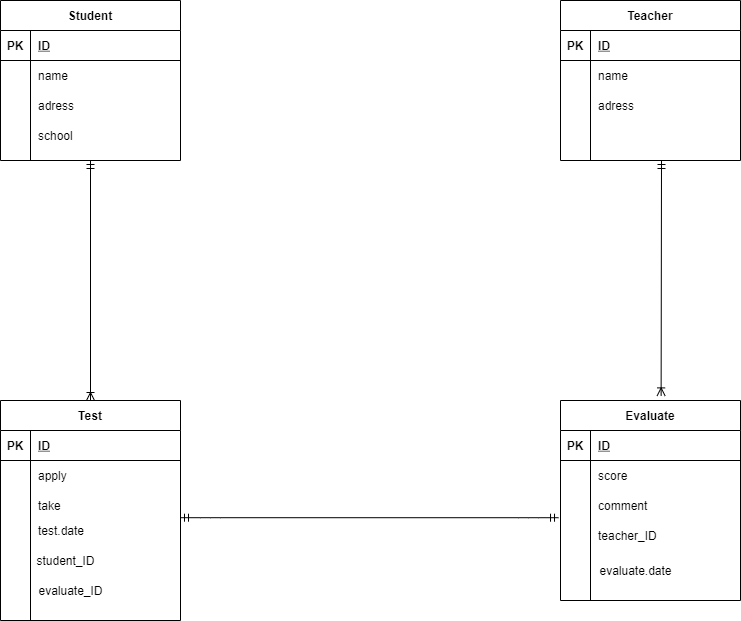
Earlier version of the draw.io export DIAGRAMS.NET/index.drawio.png (yamajun874/ER-Graph-Task). Source tidied: cells renumbered, new cells last; positions are measured from the earlier drawing's top-left corner, leaving out a move shared by most shapes. Source of this version:
```xml
<mxGraphModel>
  <root>
    <mxCell id="0" />
    <mxCell id="1" parent="0" />
    <mxCell id="2" value="Student" style="shape=table;startSize=30;rowLines=0;fontStyle=1;align=center;" parent="1" vertex="1">
      <mxGeometry width="180" height="160" as="geometry" />
    </mxCell>
    <mxCell id="3" style="shape=partialRectangle;fillColor=none;top=0;left=0;bottom=1;right=0;" parent="2" vertex="1">
      <mxGeometry y="30" width="180" height="30" as="geometry" />
    </mxCell>
    <mxCell id="4" value="PK" style="shape=partialRectangle;fillColor=none;top=0;left=0;bottom=0;right=0;fontStyle=1;overflow=hidden;" parent="3" vertex="1">
      <mxGeometry width="30" height="30" as="geometry" />
    </mxCell>
    <mxCell id="5" value="ID" style="shape=partialRectangle;fillColor=none;top=0;left=0;bottom=0;right=0;align=left;spacingLeft=6;fontStyle=5;overflow=hidden;" parent="3" vertex="1">
      <mxGeometry x="30" width="150" height="30" as="geometry" />
    </mxCell>
    <mxCell id="6" style="shape=partialRectangle;fillColor=none;top=0;left=0;bottom=0;right=0;" parent="2" vertex="1">
      <mxGeometry y="60" width="180" height="30" as="geometry" />
    </mxCell>
    <mxCell id="7" style="shape=partialRectangle;fillColor=none;top=0;left=0;bottom=0;right=0;overflow=hidden;" parent="6" vertex="1">
      <mxGeometry width="30" height="30" as="geometry" />
    </mxCell>
    <mxCell id="8" value="name" style="shape=partialRectangle;fillColor=none;top=0;left=0;bottom=0;right=0;align=left;spacingLeft=6;overflow=hidden;" parent="6" vertex="1">
      <mxGeometry x="30" width="150" height="30" as="geometry" />
    </mxCell>
    <mxCell id="9" style="shape=partialRectangle;fillColor=none;top=0;left=0;bottom=0;right=0;" parent="2" vertex="1">
      <mxGeometry y="90" width="180" height="30" as="geometry" />
    </mxCell>
    <mxCell id="10" style="shape=partialRectangle;fillColor=none;top=0;left=0;bottom=0;right=0;overflow=hidden;" parent="9" vertex="1">
      <mxGeometry width="30" height="30" as="geometry" />
    </mxCell>
    <mxCell id="11" value="adress" style="shape=partialRectangle;fillColor=none;top=0;left=0;bottom=0;right=0;align=left;spacingLeft=6;overflow=hidden;" parent="9" vertex="1">
      <mxGeometry x="30" width="150" height="30" as="geometry" />
    </mxCell>
    <mxCell id="12" style="shape=partialRectangle;fillColor=none;top=0;left=0;bottom=0;right=0;" parent="2" vertex="1">
      <mxGeometry y="120" width="180" height="30" as="geometry" />
    </mxCell>
    <mxCell id="13" style="shape=partialRectangle;fillColor=none;top=0;left=0;bottom=0;right=0;overflow=hidden;" parent="12" vertex="1">
      <mxGeometry width="30" height="30" as="geometry" />
    </mxCell>
    <mxCell id="14" value="school" style="shape=partialRectangle;fillColor=none;top=0;left=0;bottom=0;right=0;align=left;spacingLeft=6;overflow=hidden;" parent="12" vertex="1">
      <mxGeometry x="30" width="150" height="30" as="geometry" />
    </mxCell>
    <mxCell id="15" value="Teacher" style="shape=table;startSize=30;rowLines=0;fontStyle=1;align=center;" parent="1" vertex="1">
      <mxGeometry x="560" width="180" height="160" as="geometry" />
    </mxCell>
    <mxCell id="16" style="shape=partialRectangle;fillColor=none;top=0;left=0;bottom=1;right=0;" parent="15" vertex="1">
      <mxGeometry y="30" width="180" height="30" as="geometry" />
    </mxCell>
    <mxCell id="17" value="PK" style="shape=partialRectangle;fillColor=none;top=0;left=0;bottom=0;right=0;fontStyle=1;overflow=hidden;" parent="16" vertex="1">
      <mxGeometry width="30" height="30" as="geometry" />
    </mxCell>
    <mxCell id="18" value="ID" style="shape=partialRectangle;fillColor=none;top=0;left=0;bottom=0;right=0;align=left;spacingLeft=6;fontStyle=5;overflow=hidden;" parent="16" vertex="1">
      <mxGeometry x="30" width="150" height="30" as="geometry" />
    </mxCell>
    <mxCell id="19" style="shape=partialRectangle;fillColor=none;top=0;left=0;bottom=0;right=0;" parent="15" vertex="1">
      <mxGeometry y="60" width="180" height="30" as="geometry" />
    </mxCell>
    <mxCell id="20" style="shape=partialRectangle;fillColor=none;top=0;left=0;bottom=0;right=0;overflow=hidden;" parent="19" vertex="1">
      <mxGeometry width="30" height="30" as="geometry" />
    </mxCell>
    <mxCell id="21" value="name" style="shape=partialRectangle;fillColor=none;top=0;left=0;bottom=0;right=0;align=left;spacingLeft=6;overflow=hidden;" parent="19" vertex="1">
      <mxGeometry x="30" width="150" height="30" as="geometry" />
    </mxCell>
    <mxCell id="22" style="shape=partialRectangle;fillColor=none;top=0;left=0;bottom=0;right=0;" parent="15" vertex="1">
      <mxGeometry y="90" width="180" height="30" as="geometry" />
    </mxCell>
    <mxCell id="23" style="shape=partialRectangle;fillColor=none;top=0;left=0;bottom=0;right=0;overflow=hidden;" parent="22" vertex="1">
      <mxGeometry width="30" height="30" as="geometry" />
    </mxCell>
    <mxCell id="24" value="adress" style="shape=partialRectangle;fillColor=none;top=0;left=0;bottom=0;right=0;align=left;spacingLeft=6;overflow=hidden;" parent="22" vertex="1">
      <mxGeometry x="30" width="150" height="30" as="geometry" />
    </mxCell>
    <mxCell id="25" style="shape=partialRectangle;fillColor=none;top=0;left=0;bottom=0;right=0;" parent="15" vertex="1">
      <mxGeometry y="120" width="180" height="30" as="geometry" />
    </mxCell>
    <mxCell id="26" style="shape=partialRectangle;fillColor=none;top=0;left=0;bottom=0;right=0;overflow=hidden;" parent="25" vertex="1">
      <mxGeometry width="30" height="30" as="geometry" />
    </mxCell>
    <mxCell id="27" style="shape=partialRectangle;fillColor=none;top=0;left=0;bottom=0;right=0;align=left;spacingLeft=6;overflow=hidden;" parent="25" vertex="1">
      <mxGeometry x="30" width="150" height="30" as="geometry" />
    </mxCell>
    <mxCell id="28" value="Test" style="shape=table;startSize=30;rowLines=0;fontStyle=1;align=center;" parent="1" vertex="1">
      <mxGeometry y="400" width="180" height="220" as="geometry" />
    </mxCell>
    <mxCell id="29" style="shape=partialRectangle;fillColor=none;top=0;left=0;bottom=1;right=0;" parent="28" vertex="1">
      <mxGeometry y="30" width="180" height="30" as="geometry" />
    </mxCell>
    <mxCell id="30" value="PK" style="shape=partialRectangle;fillColor=none;top=0;left=0;bottom=0;right=0;fontStyle=1;overflow=hidden;" parent="29" vertex="1">
      <mxGeometry width="30" height="30" as="geometry" />
    </mxCell>
    <mxCell id="31" value="ID" style="shape=partialRectangle;fillColor=none;top=0;left=0;bottom=0;right=0;align=left;spacingLeft=6;fontStyle=5;overflow=hidden;" parent="29" vertex="1">
      <mxGeometry x="30" width="150" height="30" as="geometry" />
    </mxCell>
    <mxCell id="32" style="shape=partialRectangle;fillColor=none;top=0;left=0;bottom=0;right=0;" parent="28" vertex="1">
      <mxGeometry y="60" width="180" height="30" as="geometry" />
    </mxCell>
    <mxCell id="33" style="shape=partialRectangle;fillColor=none;top=0;left=0;bottom=0;right=0;overflow=hidden;" parent="32" vertex="1">
      <mxGeometry width="30" height="30" as="geometry" />
    </mxCell>
    <mxCell id="34" value="apply" style="shape=partialRectangle;fillColor=none;top=0;left=0;bottom=0;right=0;align=left;spacingLeft=6;overflow=hidden;" parent="32" vertex="1">
      <mxGeometry x="30" width="150" height="30" as="geometry" />
    </mxCell>
    <mxCell id="35" style="shape=partialRectangle;fillColor=none;top=0;left=0;bottom=0;right=0;" parent="28" vertex="1">
      <mxGeometry y="90" width="180" height="30" as="geometry" />
    </mxCell>
    <mxCell id="36" style="shape=partialRectangle;fillColor=none;top=0;left=0;bottom=0;right=0;overflow=hidden;" parent="35" vertex="1">
      <mxGeometry width="30" height="30" as="geometry" />
    </mxCell>
    <mxCell id="37" value="take" style="shape=partialRectangle;fillColor=none;top=0;left=0;bottom=0;right=0;align=left;spacingLeft=6;overflow=hidden;" parent="35" vertex="1">
      <mxGeometry x="30" width="150" height="30" as="geometry" />
    </mxCell>
    <mxCell id="38" style="shape=partialRectangle;fillColor=none;top=0;left=0;bottom=0;right=0;points=[[0,0.5],[1,0.5]];portConstraint=eastwest;" parent="28" vertex="1">
      <mxGeometry y="120" width="180" height="20" as="geometry" />
    </mxCell>
    <mxCell id="39" style="shape=partialRectangle;fillColor=none;top=0;left=0;bottom=0;right=0;overflow=hidden;" parent="38" vertex="1">
      <mxGeometry width="30" height="20" as="geometry" />
    </mxCell>
    <mxCell id="40" value="test.date" style="shape=partialRectangle;fillColor=none;top=0;left=0;bottom=0;right=0;align=left;spacingLeft=6;overflow=hidden;" parent="38" vertex="1">
      <mxGeometry x="30" width="150" height="20" as="geometry" />
    </mxCell>
    <mxCell id="41" value="Evaluate" style="shape=table;startSize=30;rowLines=0;fontStyle=1;align=center;" parent="1" vertex="1">
      <mxGeometry x="560" y="400" width="180" height="200" as="geometry" />
    </mxCell>
    <mxCell id="42" style="shape=partialRectangle;fillColor=none;top=0;left=0;bottom=1;right=0;" parent="41" vertex="1">
      <mxGeometry y="30" width="180" height="30" as="geometry" />
    </mxCell>
    <mxCell id="43" value="PK" style="shape=partialRectangle;fillColor=none;top=0;left=0;bottom=0;right=0;fontStyle=1;overflow=hidden;" parent="42" vertex="1">
      <mxGeometry width="30" height="30" as="geometry" />
    </mxCell>
    <mxCell id="44" value="ID" style="shape=partialRectangle;fillColor=none;top=0;left=0;bottom=0;right=0;align=left;spacingLeft=6;fontStyle=5;overflow=hidden;" parent="42" vertex="1">
      <mxGeometry x="30" width="150" height="30" as="geometry" />
    </mxCell>
    <mxCell id="45" style="shape=partialRectangle;fillColor=none;top=0;left=0;bottom=0;right=0;" parent="41" vertex="1">
      <mxGeometry y="60" width="180" height="30" as="geometry" />
    </mxCell>
    <mxCell id="46" style="shape=partialRectangle;fillColor=none;top=0;left=0;bottom=0;right=0;overflow=hidden;" parent="45" vertex="1">
      <mxGeometry width="30" height="30" as="geometry" />
    </mxCell>
    <mxCell id="47" value="score" style="shape=partialRectangle;fillColor=none;top=0;left=0;bottom=0;right=0;align=left;spacingLeft=6;overflow=hidden;" parent="45" vertex="1">
      <mxGeometry x="30" width="150" height="30" as="geometry" />
    </mxCell>
    <mxCell id="48" style="shape=partialRectangle;fillColor=none;top=0;left=0;bottom=0;right=0;" parent="41" vertex="1">
      <mxGeometry y="90" width="180" height="30" as="geometry" />
    </mxCell>
    <mxCell id="49" style="shape=partialRectangle;fillColor=none;top=0;left=0;bottom=0;right=0;overflow=hidden;" parent="48" vertex="1">
      <mxGeometry width="30" height="30" as="geometry" />
    </mxCell>
    <mxCell id="50" value="comment" style="shape=partialRectangle;fillColor=none;top=0;left=0;bottom=0;right=0;align=left;spacingLeft=6;overflow=hidden;" parent="48" vertex="1">
      <mxGeometry x="30" width="150" height="30" as="geometry" />
    </mxCell>
    <mxCell id="51" style="shape=partialRectangle;fillColor=none;top=0;left=0;bottom=0;right=0;points=[[0,0.5],[1,0.5]];portConstraint=eastwest;" parent="41" vertex="1">
      <mxGeometry y="120" width="180" height="30" as="geometry" />
    </mxCell>
    <mxCell id="52" style="shape=partialRectangle;fillColor=none;top=0;left=0;bottom=0;right=0;overflow=hidden;" parent="51" vertex="1">
      <mxGeometry width="30" height="30" as="geometry" />
    </mxCell>
    <mxCell id="53" value="teacher_ID" style="shape=partialRectangle;fillColor=none;top=0;left=0;bottom=0;right=0;align=left;spacingLeft=6;overflow=hidden;" parent="51" vertex="1">
      <mxGeometry x="30" width="150" height="30" as="geometry" />
    </mxCell>
    <mxCell id="54" value="evaluate.date&lt;br&gt;" style="text;html=1;align=center;verticalAlign=middle;strokeColor=none;" parent="1" vertex="1">
      <mxGeometry x="590" y="560" width="90" height="20" as="geometry" />
    </mxCell>
    <mxCell id="55" value="student_ID" style="text;html=1;align=center;verticalAlign=middle;strokeColor=none;" parent="1" vertex="1">
      <mxGeometry x="30" y="550" width="70" height="20" as="geometry" />
    </mxCell>
    <mxCell id="56" value="evaluate_ID" style="text;html=1;align=center;verticalAlign=middle;strokeColor=none;" parent="1" vertex="1">
      <mxGeometry x="30" y="580" width="80" height="20" as="geometry" />
    </mxCell>
    <mxCell id="57" style="edgeStyle=entityRelationEdgeStyle;fontSize=12;html=1;endArrow=ERmandOne;startArrow=ERmandOne;exitX=1;exitY=-0.14;exitDx=0;exitDy=0;exitPerimeter=0;entryX=-0.011;entryY=-0.093;entryDx=0;entryDy=0;entryPerimeter=0;" parent="1" edge="1" source="38" target="51">
      <mxGeometry relative="1" as="geometry" />
    </mxCell>
    <mxCell id="58" style="fontSize=12;html=1;endArrow=ERoneToMany;startArrow=ERmandOne;entryX=0.559;entryY=-0.023;entryDx=0;entryDy=0;entryPerimeter=0;" parent="1" edge="1" target="41">
      <mxGeometry relative="1" as="geometry">
        <mxPoint x="661" y="160" as="sourcePoint" />
      </mxGeometry>
    </mxCell>
    <mxCell id="59" style="fontSize=12;html=1;endArrow=ERoneToMany;startArrow=ERmandOne;entryX=0.5;entryY=0;entryDx=0;entryDy=0;exitX=0.5;exitY=1;exitDx=0;exitDy=0;" parent="1" edge="1" source="2" target="28">
      <mxGeometry relative="1" as="geometry" />
    </mxCell>
  </root>
</mxGraphModel>
```
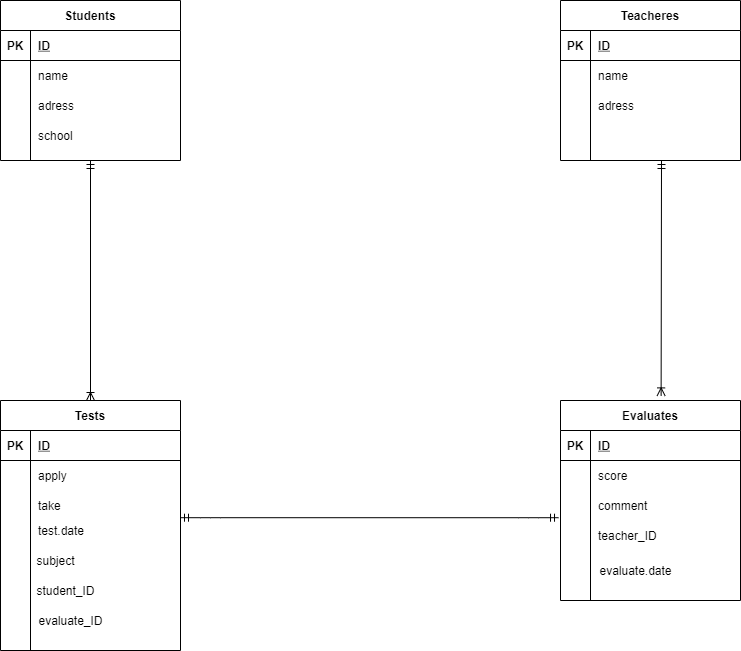
Later version of the same file.

Commit message:
second-sommit

The edit, as a diff of the source:
```diff
@@ -2,7 +2,7 @@
   <root>
     <mxCell id="0" />
     <mxCell id="1" parent="0" />
-    <mxCell id="2" value="Student" style="shape=table;startSize=30;rowLines=0;fontStyle=1;align=center;" parent="1" vertex="1">
+    <mxCell id="2" value="Students" style="shape=table;startSize=30;rowLines=0;fontStyle=1;align=center;" parent="1" vertex="1">
       <mxGeometry width="180" height="160" as="geometry" />
     </mxCell>
     <mxCell id="3" style="shape=partialRectangle;fillColor=none;top=0;left=0;bottom=1;right=0;" parent="2" vertex="1">
@@ -41,7 +41,7 @@
     <mxCell id="14" value="school" style="shape=partialRectangle;fillColor=none;top=0;left=0;bottom=0;right=0;align=left;spacingLeft=6;overflow=hidden;" parent="12" vertex="1">
       <mxGeometry x="30" width="150" height="30" as="geometry" />
     </mxCell>
-    <mxCell id="15" value="Teacher" style="shape=table;startSize=30;rowLines=0;fontStyle=1;align=center;" parent="1" vertex="1">
+    <mxCell id="15" value="Teacheres" style="shape=table;startSize=30;rowLines=0;fontStyle=1;align=center;" parent="1" vertex="1">
       <mxGeometry x="560" width="180" height="160" as="geometry" />
     </mxCell>
     <mxCell id="16" style="shape=partialRectangle;fillColor=none;top=0;left=0;bottom=1;right=0;" parent="15" vertex="1">
@@ -80,8 +80,8 @@
     <mxCell id="27" style="shape=partialRectangle;fillColor=none;top=0;left=0;bottom=0;right=0;align=left;spacingLeft=6;overflow=hidden;" parent="25" vertex="1">
       <mxGeometry x="30" width="150" height="30" as="geometry" />
     </mxCell>
-    <mxCell id="28" value="Test" style="shape=table;startSize=30;rowLines=0;fontStyle=1;align=center;" parent="1" vertex="1">
-      <mxGeometry y="400" width="180" height="220" as="geometry" />
+    <mxCell id="28" value="Tests" style="shape=table;startSize=30;rowLines=0;fontStyle=1;align=center;" parent="1" vertex="1">
+      <mxGeometry y="400" width="180" height="250" as="geometry" />
     </mxCell>
     <mxCell id="29" style="shape=partialRectangle;fillColor=none;top=0;left=0;bottom=1;right=0;" parent="28" vertex="1">
       <mxGeometry y="30" width="180" height="30" as="geometry" />
@@ -119,7 +119,7 @@
     <mxCell id="40" value="test.date" style="shape=partialRectangle;fillColor=none;top=0;left=0;bottom=0;right=0;align=left;spacingLeft=6;overflow=hidden;" parent="38" vertex="1">
       <mxGeometry x="30" width="150" height="20" as="geometry" />
     </mxCell>
-    <mxCell id="41" value="Evaluate" style="shape=table;startSize=30;rowLines=0;fontStyle=1;align=center;" parent="1" vertex="1">
+    <mxCell id="41" value="Evaluates" style="shape=table;startSize=30;rowLines=0;fontStyle=1;align=center;" parent="1" vertex="1">
       <mxGeometry x="560" y="400" width="180" height="200" as="geometry" />
     </mxCell>
     <mxCell id="42" style="shape=partialRectangle;fillColor=none;top=0;left=0;bottom=1;right=0;" parent="41" vertex="1">
@@ -162,10 +162,10 @@
       <mxGeometry x="590" y="560" width="90" height="20" as="geometry" />
     </mxCell>
     <mxCell id="55" value="student_ID" style="text;html=1;align=center;verticalAlign=middle;strokeColor=none;" parent="1" vertex="1">
-      <mxGeometry x="30" y="550" width="70" height="20" as="geometry" />
+      <mxGeometry x="30" y="580" width="70" height="20" as="geometry" />
     </mxCell>
     <mxCell id="56" value="evaluate_ID" style="text;html=1;align=center;verticalAlign=middle;strokeColor=none;" parent="1" vertex="1">
-      <mxGeometry x="30" y="580" width="80" height="20" as="geometry" />
+      <mxGeometry x="30" y="610" width="80" height="20" as="geometry" />
     </mxCell>
     <mxCell id="57" style="edgeStyle=entityRelationEdgeStyle;fontSize=12;html=1;endArrow=ERmandOne;startArrow=ERmandOne;exitX=1;exitY=-0.14;exitDx=0;exitDy=0;exitPerimeter=0;entryX=-0.011;entryY=-0.093;entryDx=0;entryDy=0;entryPerimeter=0;" parent="1" edge="1" source="38" target="51">
       <mxGeometry relative="1" as="geometry" />
@@ -178,5 +178,8 @@
     <mxCell id="59" style="fontSize=12;html=1;endArrow=ERoneToMany;startArrow=ERmandOne;entryX=0.5;entryY=0;entryDx=0;entryDy=0;exitX=0.5;exitY=1;exitDx=0;exitDy=0;" parent="1" edge="1" source="2" target="28">
       <mxGeometry relative="1" as="geometry" />
     </mxCell>
+    <mxCell id="60" value="subject" style="text;html=1;align=center;verticalAlign=middle;strokeColor=none;" parent="1" vertex="1">
+      <mxGeometry x="30" y="550" width="50" height="20" as="geometry" />
+    </mxCell>
   </root>
 </mxGraphModel>
```
